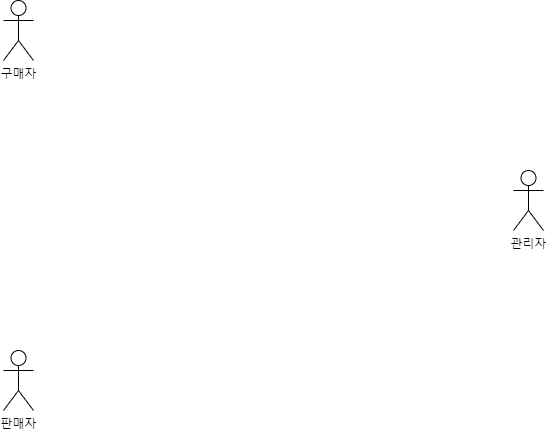
This is Actor Diagram.png from osiris0607/Project, a draw.io export, as it was before one commit. Source tidied: cells renumbered, new cells last; positions are measured from the earlier drawing's top-left corner, leaving out a move shared by most shapes.
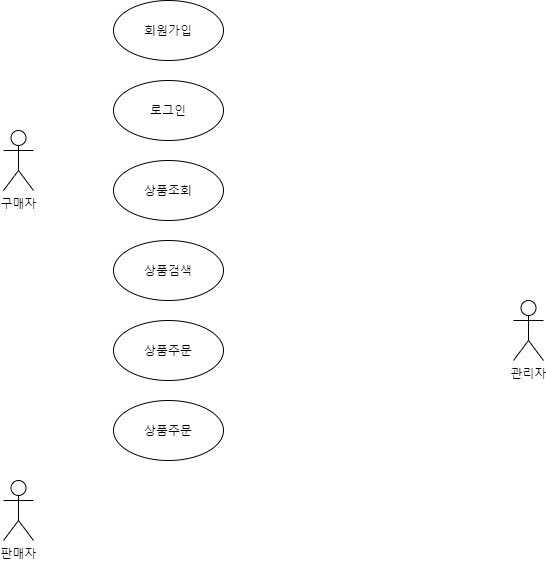
After the change.

The edit, as a diff of the source:
```diff
@@ -11,5 +11,23 @@
     <mxCell id="4" value="관리자" style="shape=umlActor;verticalLabelPosition=bottom;verticalAlign=top;html=1;" parent="1" vertex="1">
       <mxGeometry x="510" y="170" width="30" height="60" as="geometry" />
     </mxCell>
+    <mxCell id="5" value="회원가입" style="ellipse;whiteSpace=wrap;html=1;" parent="1" vertex="1">
+      <mxGeometry x="110" y="-130" width="110" height="60" as="geometry" />
+    </mxCell>
+    <mxCell id="6" value="로그인" style="ellipse;whiteSpace=wrap;html=1;" parent="1" vertex="1">
+      <mxGeometry x="110" y="-50" width="110" height="60" as="geometry" />
+    </mxCell>
+    <mxCell id="7" value="상품조회" style="ellipse;whiteSpace=wrap;html=1;" parent="1" vertex="1">
+      <mxGeometry x="110" y="30" width="110" height="60" as="geometry" />
+    </mxCell>
+    <mxCell id="8" value="상품검색&lt;span style=&quot;color: rgba(0 , 0 , 0 , 0) ; font-family: monospace ; font-size: 0px&quot;&gt;%3CmxGraphModel%3E%3Croot%3E%3CmxCell%20id%3D%220%22%2F%3E%3CmxCell%20id%3D%221%22%20parent%3D%220%22%2F%3E%3CmxCell%20id%3D%222%22%20value%3D%22%EC%83%81%ED%92%88%EC%A1%B0%ED%9A%8C%22%20style%3D%22ellipse%3BwhiteSpace%3Dwrap%3Bhtml%3D1%3B%22%20vertex%3D%221%22%20parent%3D%221%22%3E%3CmxGeometry%20x%3D%22250%22%20y%3D%22180%22%20width%3D%22110%22%20height%3D%2260%22%20as%3D%22geometry%22%2F%3E%3C%2FmxCell%3E%3C%2Froot%3E%3C%2FmxGraphModel%3E&lt;/span&gt;" style="ellipse;whiteSpace=wrap;html=1;" parent="1" vertex="1">
+      <mxGeometry x="110" y="110" width="110" height="60" as="geometry" />
+    </mxCell>
+    <mxCell id="9" value="상품주문" style="ellipse;whiteSpace=wrap;html=1;" parent="1" vertex="1">
+      <mxGeometry x="110" y="190" width="110" height="60" as="geometry" />
+    </mxCell>
+    <mxCell id="10" value="상품주문" style="ellipse;whiteSpace=wrap;html=1;" parent="1" vertex="1">
+      <mxGeometry x="110" y="270" width="110" height="60" as="geometry" />
+    </mxCell>
   </root>
 </mxGraphModel>
```
